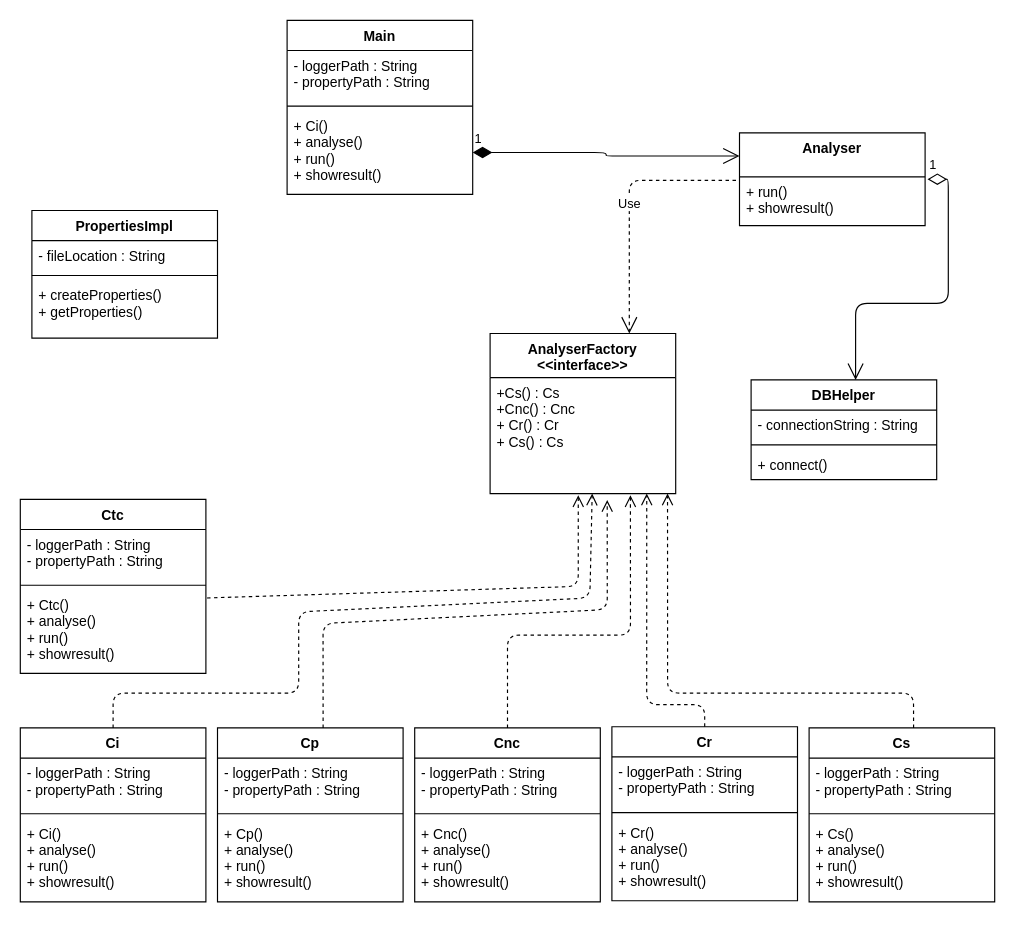
Earlier version of the draw.io diagram documentation/class.drawio (vihangasankalpa220/Complexity-Measuring-Tool). Source tidied: cells renumbered, new cells numbered last; positions are measured from the earlier drawing's top-left corner, leaving out a move shared by most shapes. Both pictures are drawn from the tidied source at 116%, with x=0, y=0 at pixel (20, 20).
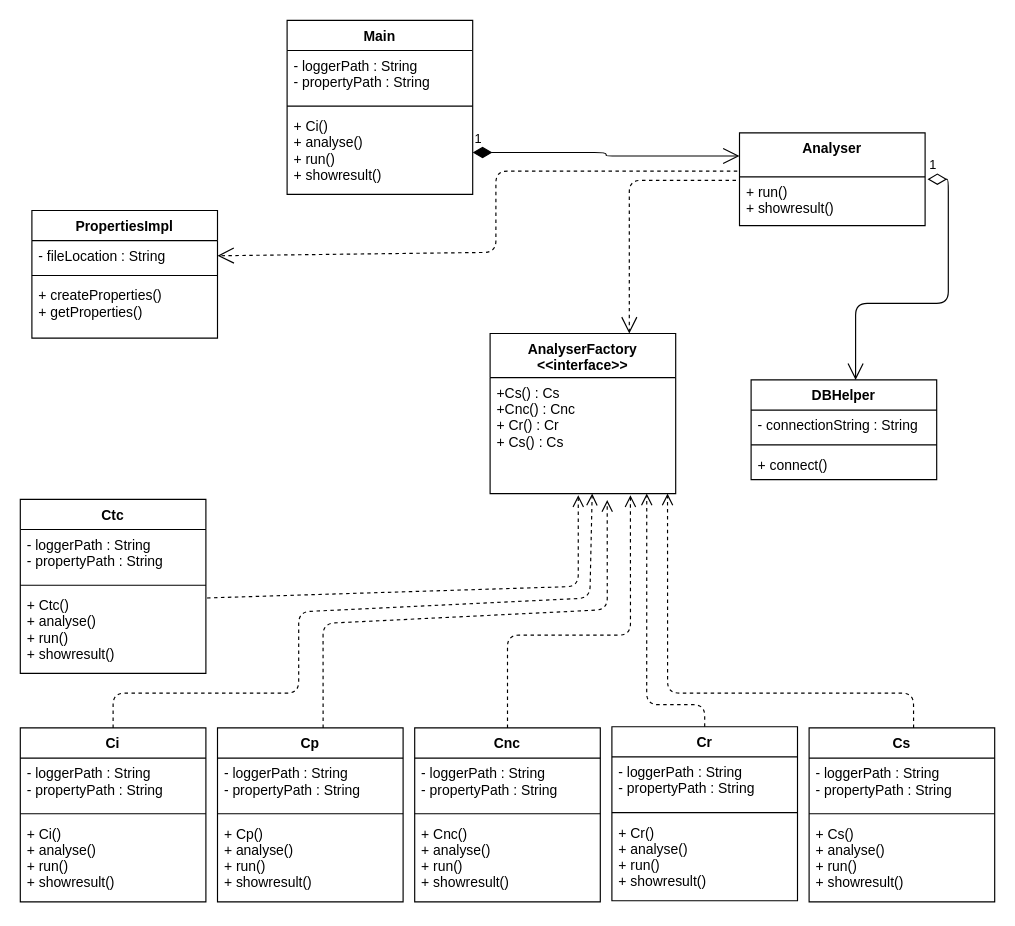
The same diagram, later.

Commit message (it also covers changes not shown here):
class diagram

Unchanged cells that the change refers to:
```xml
<mxCell id="7" value="- fileLocation : String" style="text;strokeColor=none;fillColor=none;align=left;verticalAlign=top;spacingLeft=4;spacingRight=4;overflow=hidden;points=[[0,0.5],[1,0.5]];portConstraint=eastwest;" parent="6" vertex="1">
  <mxGeometry y="26" width="160" height="26" as="geometry" />
</mxCell>
<mxCell id="38" value="AnalyserFactory&#10;&lt;&lt;interface&gt;&gt;&#10;" style="swimlane;fontStyle=1;align=center;verticalAlign=top;horizontal=1;startSize=38;" parent="1" vertex="1">
  <mxGeometry x="405" y="270" width="160" height="138" as="geometry" />
</mxCell>
<mxCell id="48" value="+ run()&#10;+ showresult()&#10;" style="text;strokeColor=none;fillColor=none;align=left;verticalAlign=top;spacingLeft=4;spacingRight=4;overflow=hidden;points=[[0,0.5],[1,0.5]];portConstraint=eastwest;" parent="47" vertex="1">
  <mxGeometry y="38" width="160" height="42" as="geometry" />
</mxCell>
```

What changed in the source:
```diff
@@
-    <mxCell id="50" value="Use" style="endArrow=open;endSize=12;dashed=1;html=1;fontColor=none;exitX=-0.019;exitY=0.071;exitDx=0;exitDy=0;exitPerimeter=0;entryX=0.75;entryY=0;entryDx=0;entryDy=0;" parent="1" edge="1" source="48" target="38">
+    <mxCell id="50" value="Use" style="endArrow=open;endSize=12;dashed=1;html=1;fontColor=none;exitX=-0.019;exitY=0.071;exitDx=0;exitDy=0;exitPerimeter=0;entryX=0.75;entryY=0;entryDx=0;entryDy=0;noLabel=1;" parent="1" edge="1" source="48" target="38">
       <mxGeometry relative="1" as="geometry">
         <Array as="points">
           <mxPoint x="525" y="138" />
         </Array>
       </mxGeometry>
     </mxCell>
+    <mxCell id="51" value="Use" style="endArrow=open;endSize=12;dashed=1;fontColor=none;exitX=-0.012;exitY=-0.119;exitDx=0;exitDy=0;exitPerimeter=0;entryX=1;entryY=0.5;entryDx=0;entryDy=0;html=1;noLabel=1;" parent="1" edge="1" source="48" target="7">
+      <mxGeometry relative="1" as="geometry">
+        <Array as="points">
+          <mxPoint x="410" y="130" />
+          <mxPoint x="410" y="200" />
+        </Array>
+      </mxGeometry>
+    </mxCell>
```
